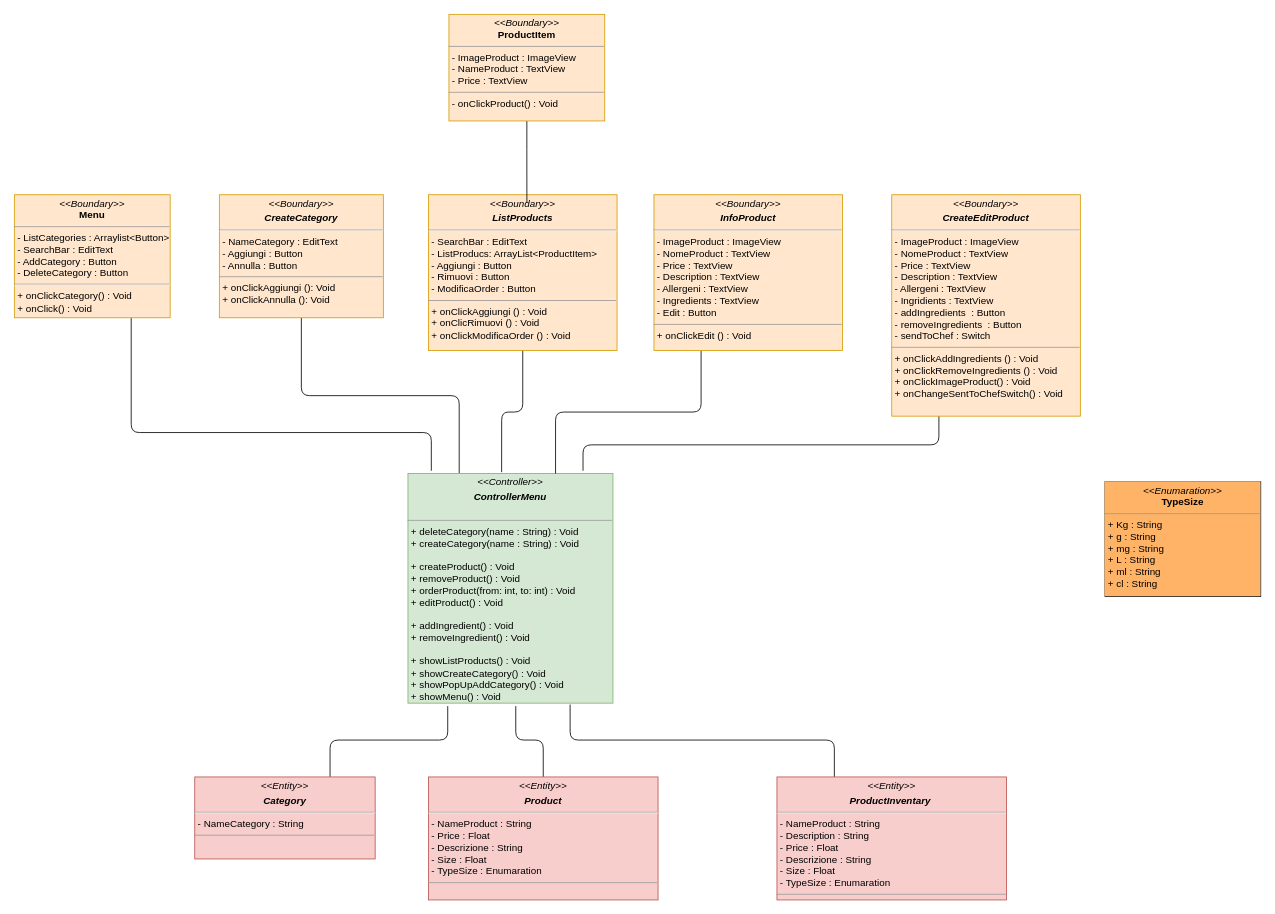
The draw.io diagram page "GestisciMenu" (5 of 8) of Documentazione/Class Diagram/Class Diagram.drawio in Chriss1618/ProgettoINGSW, before the edit. Source tidied: cells renumbered, new cells numbered last; positions are measured from the earlier drawing's top-left corner, leaving out a move shared by most shapes. Both pictures are drawn from the tidied source at 82%, with x=0, y=0 at pixel (14, 14).
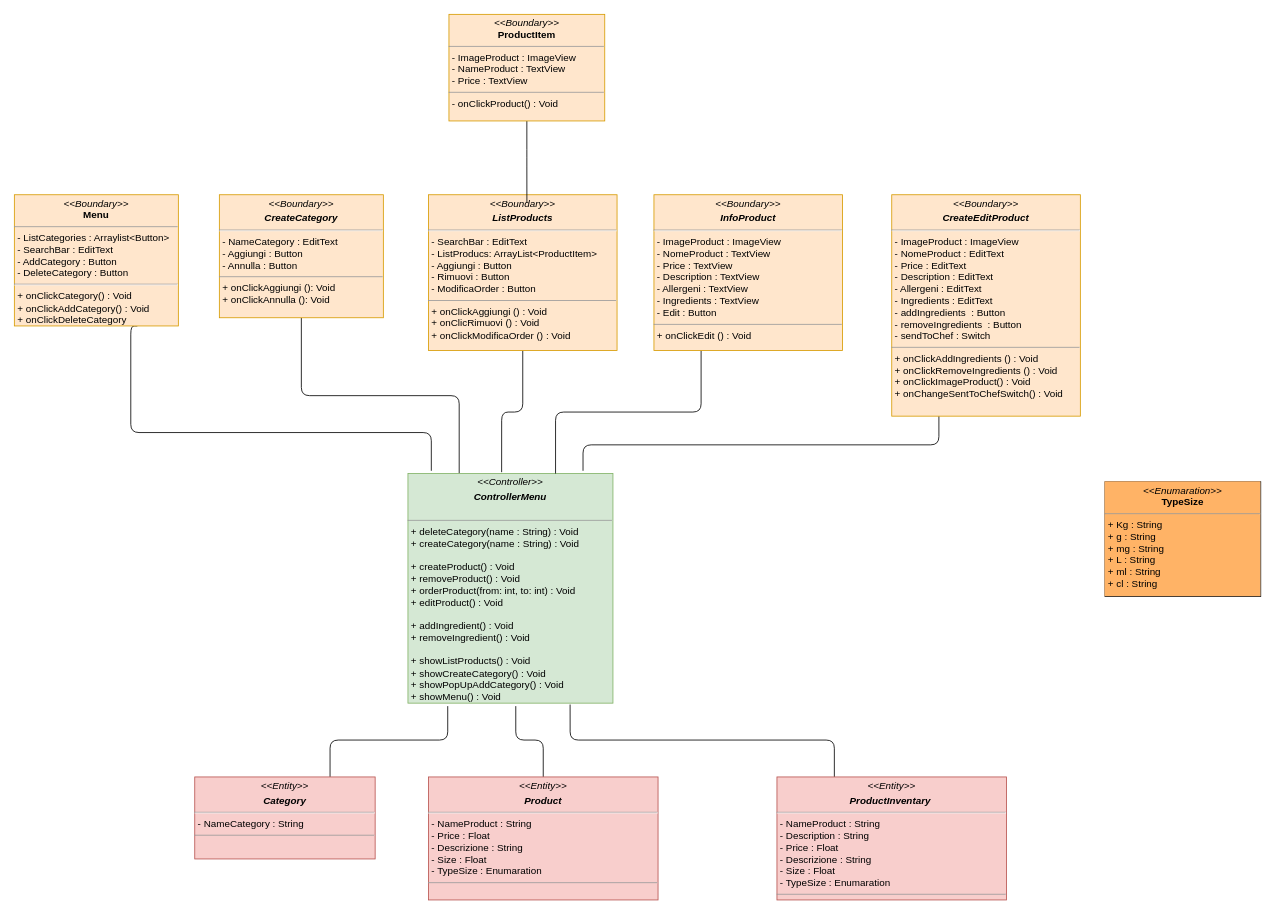
The same diagram, later.

Diff of the diagram source:
```diff
@@
-    <mxCell id="3" value="&lt;p style=&quot;margin:0px;margin-top:4px;text-align:center;&quot;&gt;&lt;i&gt;&amp;lt;&amp;lt;Boundary&amp;gt;&amp;gt;&lt;/i&gt;&lt;br&gt;&lt;b&gt;Menu&lt;/b&gt;&lt;/p&gt;&lt;hr size=&quot;1&quot;&gt;&lt;p style=&quot;margin:0px;margin-left:4px;&quot;&gt;- ListCategories : Arraylist&amp;lt;Button&amp;gt;&lt;br&gt;- SearchBar : EditText&lt;/p&gt;&lt;p style=&quot;margin:0px;margin-left:4px;&quot;&gt;- AddCategory : Button&lt;/p&gt;&lt;p style=&quot;margin:0px;margin-left:4px;&quot;&gt;- DeleteCategory : Button&lt;/p&gt;&lt;hr&gt;&lt;p style=&quot;margin:0px;margin-left:4px;&quot;&gt;&lt;/p&gt;&lt;p style=&quot;margin:0px;margin-left:4px;&quot;&gt;+ onClickCategory() : Void&lt;br&gt;&lt;/p&gt;&lt;p style=&quot;margin:0px;margin-left:4px;&quot;&gt;+ onClick() : Void&lt;/p&gt;" style="verticalAlign=top;align=left;overflow=fill;fontSize=12;fontFamily=Helvetica;html=1;fillColor=#ffe6cc;strokeColor=#d79b00;" parent="1" vertex="1">
-      <mxGeometry y="220" width="190" height="150" as="geometry" />
+    <mxCell id="3" value="&lt;p style=&quot;margin:0px;margin-top:4px;text-align:center;&quot;&gt;&lt;i&gt;&amp;lt;&amp;lt;Boundary&amp;gt;&amp;gt;&lt;/i&gt;&lt;br&gt;&lt;b&gt;Menu&lt;/b&gt;&lt;/p&gt;&lt;hr size=&quot;1&quot;&gt;&lt;p style=&quot;margin:0px;margin-left:4px;&quot;&gt;- ListCategories : Arraylist&amp;lt;Button&amp;gt;&lt;br&gt;- SearchBar : EditText&lt;/p&gt;&lt;p style=&quot;margin:0px;margin-left:4px;&quot;&gt;- AddCategory : Button&lt;/p&gt;&lt;p style=&quot;margin:0px;margin-left:4px;&quot;&gt;- DeleteCategory : Button&lt;/p&gt;&lt;hr&gt;&lt;p style=&quot;margin:0px;margin-left:4px;&quot;&gt;&lt;/p&gt;&lt;p style=&quot;margin:0px;margin-left:4px;&quot;&gt;+ onClickCategory() : Void&lt;br&gt;&lt;/p&gt;&lt;p style=&quot;margin:0px;margin-left:4px;&quot;&gt;+ onClickAddCategory() : Void&lt;/p&gt;&lt;p style=&quot;margin:0px;margin-left:4px;&quot;&gt;+ onClickDeleteCategory&lt;/p&gt;" style="verticalAlign=top;align=left;overflow=fill;fontSize=12;fontFamily=Helvetica;html=1;fillColor=#ffe6cc;strokeColor=#d79b00;" parent="1" vertex="1">
+      <mxGeometry y="220" width="200" height="160" as="geometry" />
     </mxCell>
@@
-    <mxCell id="19" value="&lt;p style=&quot;margin:0px;margin-top:4px;text-align:center;&quot;&gt;&lt;i&gt;&amp;lt;&amp;lt;Boundary&amp;gt;&amp;gt;&lt;/i&gt;&lt;br&gt;&lt;/p&gt;&lt;p style=&quot;margin:0px;margin-top:4px;text-align:center;&quot;&gt;&lt;i&gt;&lt;b&gt;CreateEditProduct&lt;/b&gt;&lt;/i&gt;&lt;/p&gt;&lt;hr&gt;&lt;p style=&quot;margin: 0px 0px 0px 4px;&quot;&gt;- ImageProduct : ImageView&lt;/p&gt;&lt;p style=&quot;margin: 0px 0px 0px 4px;&quot;&gt;- NomeProduct : TextView&lt;br&gt;- Price : TextView&lt;/p&gt;&lt;p style=&quot;margin: 0px 0px 0px 4px;&quot;&gt;- Description : TextView&lt;/p&gt;&lt;p style=&quot;margin: 0px 0px 0px 4px;&quot;&gt;- Allergeni : TextView&lt;/p&gt;&lt;p style=&quot;margin: 0px 0px 0px 4px;&quot;&gt;- Ingridients : TextView&lt;/p&gt;&lt;p style=&quot;margin: 0px 0px 0px 4px;&quot;&gt;- addIngredients&amp;nbsp;&amp;nbsp;: Button&lt;/p&gt;&lt;p style=&quot;margin: 0px 0px 0px 4px;&quot;&gt;- removeIngredients&amp;nbsp;&amp;nbsp;: Button&lt;br&gt;&lt;/p&gt;&lt;p style=&quot;margin: 0px 0px 0px 4px;&quot;&gt;- sendToChef : Switch&lt;/p&gt;&lt;hr size=&quot;1&quot;&gt;&lt;p style=&quot;margin:0px;margin-left:4px;&quot;&gt;+ onClickAddIngredients&amp;nbsp;() : Void&lt;/p&gt;&lt;p style=&quot;margin:0px;margin-left:4px;&quot;&gt;+ onClickRemoveIngredients&amp;nbsp;() : Void&lt;br&gt;&lt;/p&gt;&lt;p style=&quot;margin:0px;margin-left:4px;&quot;&gt;+ onClickImageProduct() : Void&lt;/p&gt;&lt;p style=&quot;margin:0px;margin-left:4px;&quot;&gt;+ onChangeSentToChefSwitch() : Void&lt;br&gt;&lt;/p&gt;" style="verticalAlign=top;align=left;overflow=fill;fontSize=12;fontFamily=Helvetica;html=1;fillColor=#ffe6cc;strokeColor=#d79b00;" parent="1" vertex="1">
+    <mxCell id="19" value="&lt;p style=&quot;margin:0px;margin-top:4px;text-align:center;&quot;&gt;&lt;i&gt;&amp;lt;&amp;lt;Boundary&amp;gt;&amp;gt;&lt;/i&gt;&lt;br&gt;&lt;/p&gt;&lt;p style=&quot;margin:0px;margin-top:4px;text-align:center;&quot;&gt;&lt;i&gt;&lt;b&gt;CreateEditProduct&lt;/b&gt;&lt;/i&gt;&lt;/p&gt;&lt;hr&gt;&lt;p style=&quot;margin: 0px 0px 0px 4px;&quot;&gt;- ImageProduct : ImageView&lt;/p&gt;&lt;p style=&quot;margin: 0px 0px 0px 4px;&quot;&gt;- NomeProduct : EditText&lt;br&gt;- Price : EditText&lt;/p&gt;&lt;p style=&quot;margin: 0px 0px 0px 4px;&quot;&gt;- Description : EditText&lt;/p&gt;&lt;p style=&quot;margin: 0px 0px 0px 4px;&quot;&gt;- Allergeni : EditText&lt;/p&gt;&lt;p style=&quot;margin: 0px 0px 0px 4px;&quot;&gt;- Ingredients : EditText&lt;/p&gt;&lt;p style=&quot;margin: 0px 0px 0px 4px;&quot;&gt;- addIngredients&amp;nbsp;&amp;nbsp;: Button&lt;/p&gt;&lt;p style=&quot;margin: 0px 0px 0px 4px;&quot;&gt;- removeIngredients&amp;nbsp;&amp;nbsp;: Button&lt;br&gt;&lt;/p&gt;&lt;p style=&quot;margin: 0px 0px 0px 4px;&quot;&gt;- sendToChef : Switch&lt;/p&gt;&lt;hr size=&quot;1&quot;&gt;&lt;p style=&quot;margin:0px;margin-left:4px;&quot;&gt;+ onClickAddIngredients&amp;nbsp;() : Void&lt;/p&gt;&lt;p style=&quot;margin:0px;margin-left:4px;&quot;&gt;+ onClickRemoveIngredients&amp;nbsp;() : Void&lt;br&gt;&lt;/p&gt;&lt;p style=&quot;margin:0px;margin-left:4px;&quot;&gt;+ onClickImageProduct() : Void&lt;/p&gt;&lt;p style=&quot;margin:0px;margin-left:4px;&quot;&gt;+ onChangeSentToChefSwitch() : Void&lt;br&gt;&lt;/p&gt;" style="verticalAlign=top;align=left;overflow=fill;fontSize=12;fontFamily=Helvetica;html=1;fillColor=#ffe6cc;strokeColor=#d79b00;" parent="1" vertex="1">
       <mxGeometry x="1070" y="220" width="230" height="270" as="geometry" />
     </mxCell>
```
